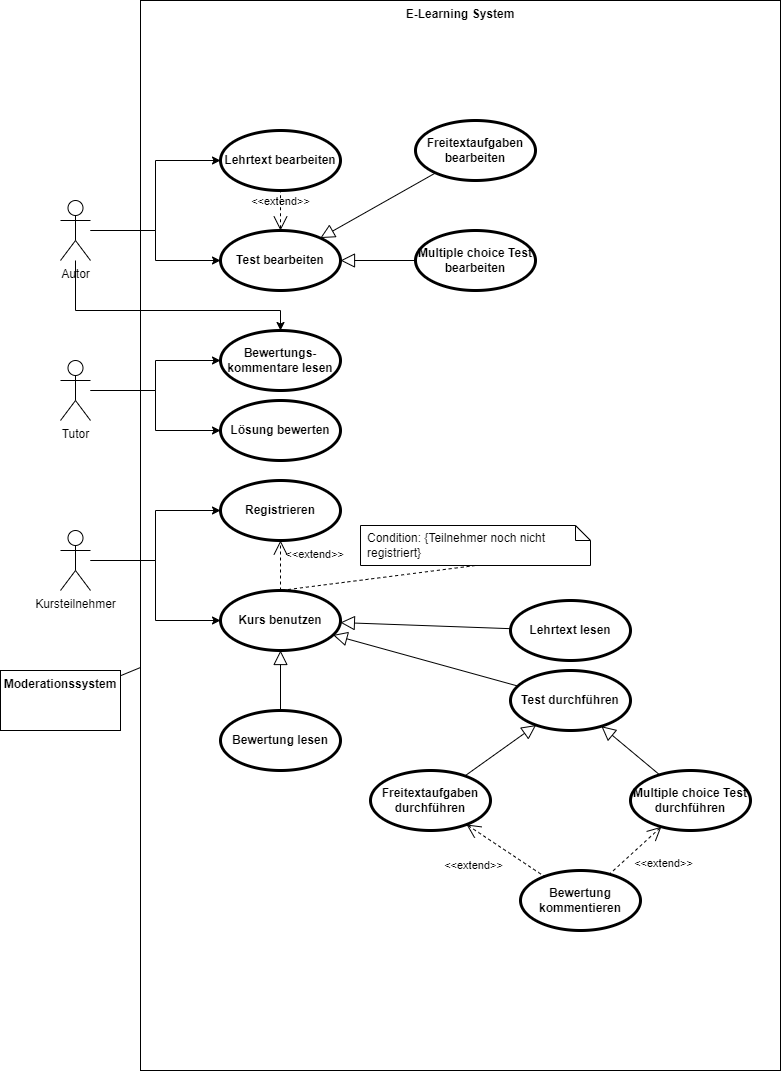
Above: Uebung8/E_Learning.drawio.png in jahtzee/SE_WS21 (draw.io), before the change. Source tidied: cells renumbered, new cells last; positions are measured from the earlier drawing's top-left corner, leaving out a move shared by most shapes.
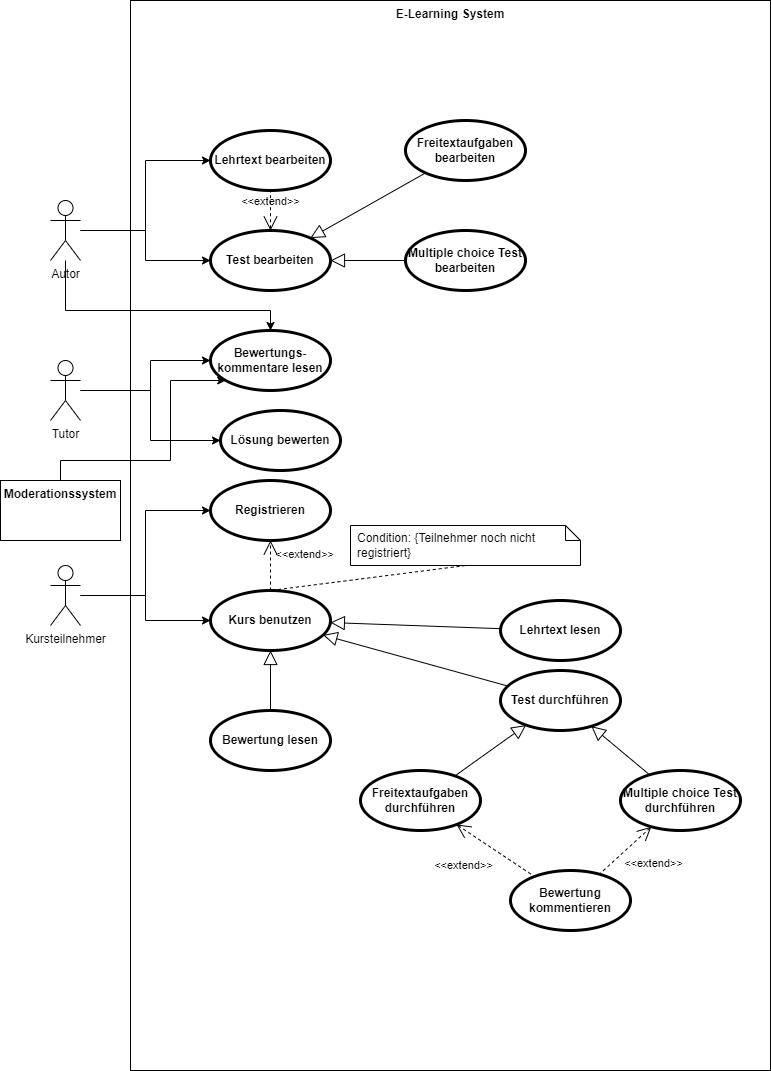
The same file after the commit.

The edit, as a diff of the source:
```diff
@@ -9,7 +9,12 @@
       <mxGeometry relative="1" as="geometry" />
     </mxCell>
     <mxCell id="4" style="edgeStyle=orthogonalEdgeStyle;rounded=0;jettySize=auto;html=1;" parent="1" edge="1" source="5" target="32">
-      <mxGeometry relative="1" as="geometry" />
+      <mxGeometry relative="1" as="geometry">
+        <Array as="points">
+          <mxPoint x="160" y="390" />
+          <mxPoint x="160" y="360" />
+        </Array>
+      </mxGeometry>
     </mxCell>
     <mxCell id="5" value="Tutor&lt;br&gt;" style="shape=umlActor;html=1;verticalLabelPosition=bottom;verticalAlign=top;align=center;" parent="1" vertex="1">
       <mxGeometry x="60" y="360" width="30" height="60" as="geometry" />
@@ -38,10 +43,19 @@
       <mxGeometry relative="1" as="geometry" />
     </mxCell>
     <mxCell id="12" value="Kursteilnehmer" style="shape=umlActor;html=1;verticalLabelPosition=bottom;verticalAlign=top;align=center;" parent="1" vertex="1">
-      <mxGeometry x="60" y="530" width="30" height="60" as="geometry" />
+      <mxGeometry x="60" y="565" width="30" height="60" as="geometry" />
     </mxCell>
+    <mxCell id="42" style="edgeStyle=orthogonalEdgeStyle;rounded=0;jettySize=auto;html=1;" parent="1" edge="1" source="13" target="32">
+      <mxGeometry relative="1" as="geometry">
+        <Array as="points">
+          <mxPoint x="70" y="460" />
+          <mxPoint x="180" y="460" />
+          <mxPoint x="180" y="380" />
+        </Array>
+      </mxGeometry>
+    </mxCell>
     <mxCell id="13" value="Moderationssystem" style="shape=rect;html=1;verticalAlign=top;fontStyle=1;whiteSpace=wrap;align=center;" parent="1" vertex="1">
-      <mxGeometry y="670" width="120" height="60" as="geometry" />
+      <mxGeometry x="10" y="480" width="120" height="60" as="geometry" />
     </mxCell>
     <mxCell id="14" value="Registrieren" style="shape=ellipse;html=1;strokeWidth=3;fontStyle=1;whiteSpace=wrap;align=center;perimeter=ellipsePerimeter;" parent="1" vertex="1">
       <mxGeometry x="220" y="480" width="120" height="60" as="geometry" />
@@ -84,9 +98,6 @@
     <mxCell id="26" style="edgeStyle=none;html=1;endArrow=block;endFill=0;endSize=12;verticalAlign=bottom;rounded=0;" parent="1" edge="1" source="22" target="20">
       <mxGeometry relative="1" as="geometry" />
     </mxCell>
-    <mxCell id="27" style="edgeStyle=none;html=1;endArrow=none;verticalAlign=bottom;rounded=0;" parent="1" edge="1" source="13" target="2">
-      <mxGeometry relative="1" as="geometry" />
-    </mxCell>
     <mxCell id="28" value="Bewertung kommentieren" style="shape=ellipse;html=1;strokeWidth=3;fontStyle=1;whiteSpace=wrap;align=center;perimeter=ellipsePerimeter;" parent="1" vertex="1">
       <mxGeometry x="520" y="870" width="120" height="60" as="geometry" />
     </mxCell>
@@ -97,7 +108,7 @@
       <mxGeometry x="-0.17" y="35" relative="1" as="geometry" />
     </mxCell>
     <mxCell id="31" value="Lösung bewerten" style="shape=ellipse;html=1;strokeWidth=3;fontStyle=1;whiteSpace=wrap;align=center;perimeter=ellipsePerimeter;" parent="1" vertex="1">
-      <mxGeometry x="220" y="400" width="120" height="60" as="geometry" />
+      <mxGeometry x="230" y="410" width="120" height="60" as="geometry" />
     </mxCell>
     <mxCell id="32" value="Bewertungs-&lt;br&gt;kommentare lesen" style="shape=ellipse;html=1;strokeWidth=3;fontStyle=1;whiteSpace=wrap;align=center;perimeter=ellipsePerimeter;" parent="1" vertex="1">
       <mxGeometry x="220" y="330" width="120" height="60" as="geometry" />
```
